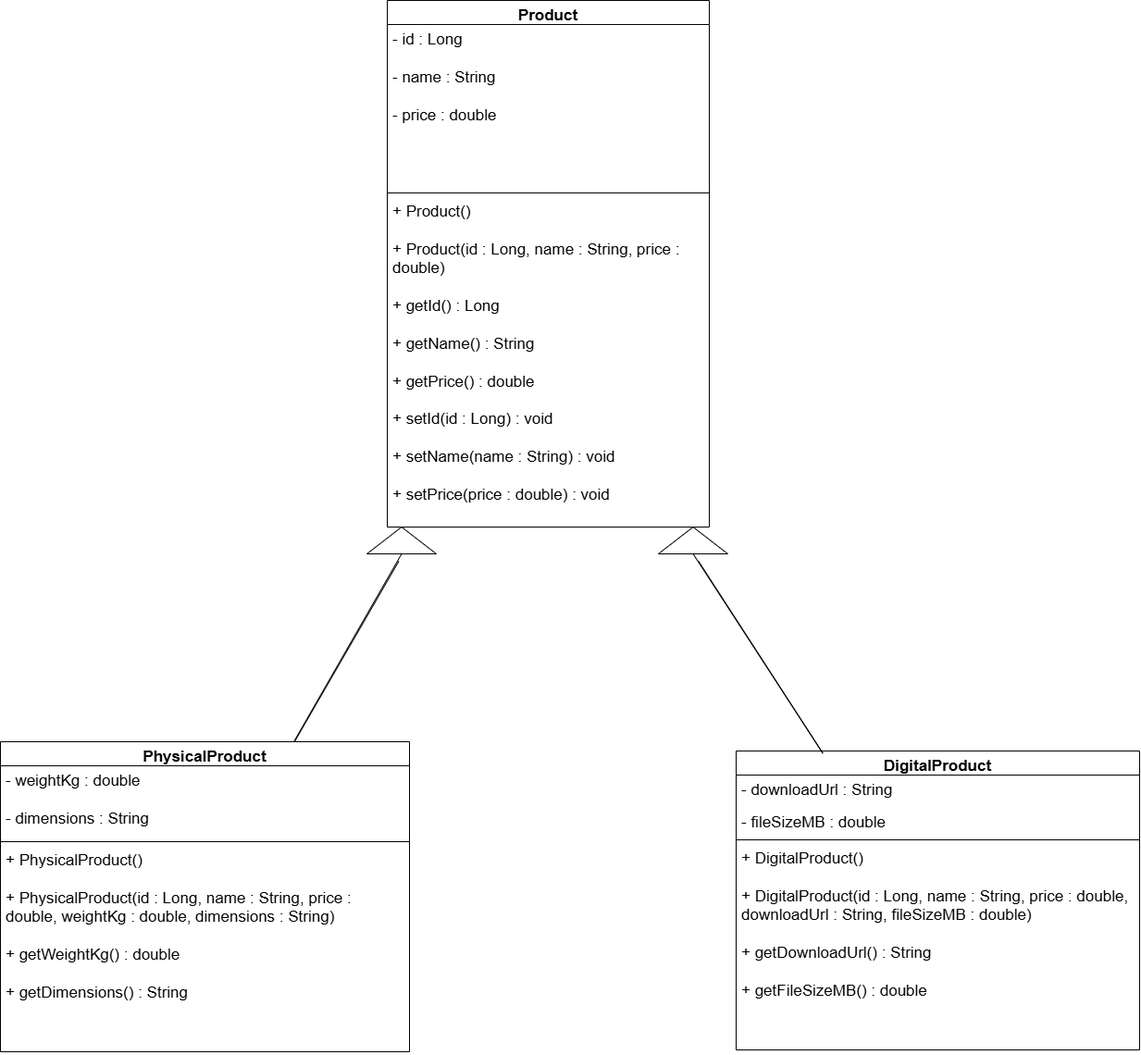
Earlier version of the draw.io export docs/uml/product-hierarchy.png (its-arshad90/products-api). Source tidied: cells renumbered, new cells last; positions are measured from the earlier drawing's top-left corner, leaving out a move shared by most shapes.
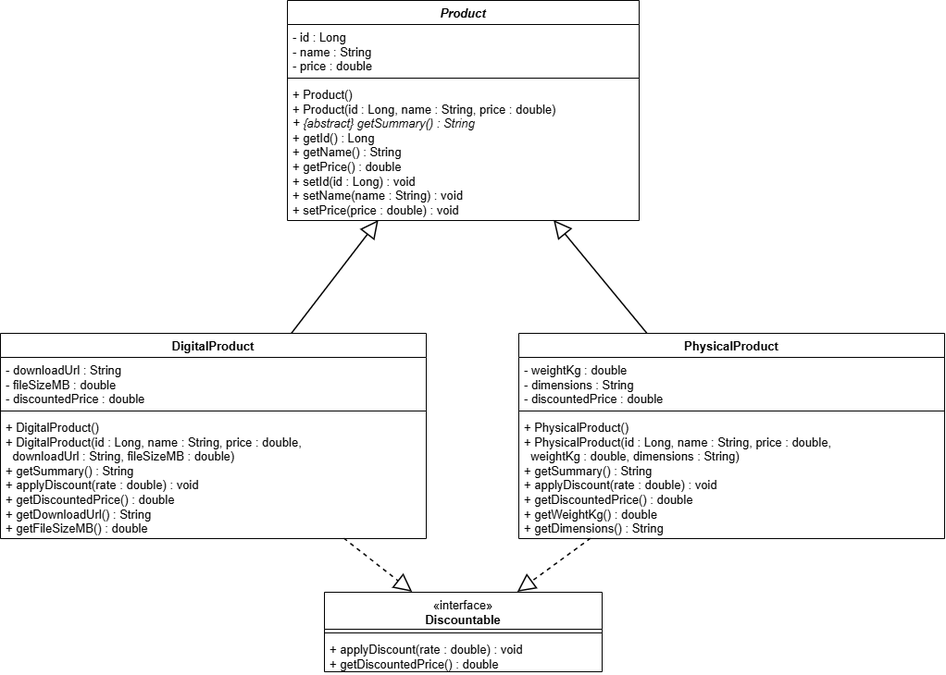
Later version of the same file.

Commit message:
Tutorial 5: polymorphism — getSummary override and Discountable interface

The edit, as a diff of the source:
```diff
@@ -1,64 +1,63 @@
-<mxGraphModel background="light-dark(#ffffff, #121212)">
+<mxGraphModel background="#ffffff">
   <root>
     <mxCell id="0" />
     <mxCell id="1" parent="0" />
-    <mxCell id="2" value="&lt;font style=&quot;font-size: 17px;&quot;&gt;Product&lt;/font&gt;" style="swimlane;fontStyle=1;align=center;verticalAlign=top;horizontal=1;startSize=26;whiteSpace=wrap;html=1;strokeWidth=1;" parent="1" vertex="1">
-      <mxGeometry x="418" width="348" height="569" as="geometry" />
+    <mxCell id="2" value="&lt;b&gt;&lt;i&gt;Product&lt;/i&gt;&lt;/b&gt;" style="swimlane;fontStyle=0;align=center;verticalAlign=top;horizontal=1;startSize=26;whiteSpace=wrap;html=1;fillColor=#ffffff;strokeColor=#000000;fontColor=#000000;fontSize=13;" parent="1" vertex="1">
+      <mxGeometry x="430" y="1652" width="380" height="238" as="geometry" />
     </mxCell>
-    <mxCell id="3" value="&lt;font style=&quot;font-size: 17px;&quot;&gt;- id : Long&lt;/font&gt;&lt;div&gt;&lt;span style=&quot;font-size: 17px;&quot;&gt;&lt;br&gt;&lt;/span&gt;&lt;div&gt;&lt;font style=&quot;font-size: 17px;&quot;&gt;- name : String&lt;/font&gt;&lt;/div&gt;&lt;div&gt;&lt;font style=&quot;font-size: 17px;&quot;&gt;&lt;br&gt;&lt;/font&gt;&lt;/div&gt;&lt;div&gt;&lt;font style=&quot;font-size: 17px;&quot;&gt;- price : double&lt;/font&gt;&lt;/div&gt;&lt;/div&gt;&lt;div&gt;&lt;font style=&quot;font-size: 17px;&quot;&gt;&lt;br&gt;&lt;/font&gt;&lt;/div&gt;&lt;div&gt;&lt;br&gt;&lt;/div&gt;" style="text;strokeColor=none;fillColor=none;align=left;verticalAlign=top;spacingLeft=4;spacingRight=4;overflow=hidden;whiteSpace=wrap;html=1;" parent="2" vertex="1">
-      <mxGeometry y="26" width="348" height="178" as="geometry" />
+    <mxCell id="3" value="- id : Long&lt;br&gt;- name : String&lt;br&gt;- price : double" style="text;strokeColor=none;fillColor=none;align=left;verticalAlign=top;spacingLeft=4;spacingRight=4;overflow=hidden;whiteSpace=wrap;html=1;fontSize=13;fontColor=#000000;" parent="2" vertex="1">
+      <mxGeometry y="26" width="380" height="54" as="geometry" />
     </mxCell>
-    <mxCell id="4" style="line;strokeWidth=1;fillColor=none;align=left;verticalAlign=middle;spacingTop=-1;spacingLeft=3;spacingRight=3;labelPosition=right;strokeColor=inherit;" parent="2" vertex="1">
-      <mxGeometry y="204" width="348" height="8" as="geometry" />
-    </mxCell>
-    <mxCell id="5" value="&lt;font style=&quot;font-size: 17px;&quot;&gt;+ Product()&lt;/font&gt;&lt;div&gt;&lt;font style=&quot;font-size: 17px;&quot;&gt;&lt;br&gt;&lt;/font&gt;&lt;div&gt;&lt;font style=&quot;font-size: 17px;&quot;&gt;+ Product(id : Long, name : String, price : double)&lt;/font&gt;&lt;/div&gt;&lt;div&gt;&lt;font style=&quot;font-size: 17px;&quot;&gt;&lt;br&gt;&lt;/font&gt;&lt;/div&gt;&lt;div&gt;&lt;font style=&quot;font-size: 17px;&quot;&gt;+ getId() : Long&lt;/font&gt;&lt;/div&gt;&lt;div&gt;&lt;font style=&quot;font-size: 17px;&quot;&gt;&lt;br&gt;&lt;/font&gt;&lt;/div&gt;&lt;div&gt;&lt;font style=&quot;font-size: 17px;&quot;&gt;+ getName() : String&lt;/font&gt;&lt;/div&gt;&lt;div&gt;&lt;font style=&quot;font-size: 17px;&quot;&gt;&lt;br&gt;&lt;/font&gt;&lt;/div&gt;&lt;div&gt;&lt;font style=&quot;font-size: 17px;&quot;&gt;+ getPrice() : double&lt;/font&gt;&lt;/div&gt;&lt;/div&gt;&lt;div&gt;&lt;font style=&quot;font-size: 17px;&quot;&gt;&lt;br&gt;&lt;/font&gt;&lt;/div&gt;&lt;div&gt;&lt;font style=&quot;font-size: 17px;&quot;&gt;+ setId(id : Long) : void&lt;/font&gt;&lt;/div&gt;&lt;div&gt;&lt;font style=&quot;font-size: 17px;&quot;&gt;&lt;br&gt;&lt;/font&gt;&lt;/div&gt;&lt;div&gt;&lt;font style=&quot;font-size: 17px;&quot;&gt;+ setName(name : String) : void&lt;/font&gt;&lt;/div&gt;&lt;div&gt;&lt;font style=&quot;font-size: 17px;&quot;&gt;&lt;br&gt;&lt;/font&gt;&lt;/div&gt;&lt;div&gt;&lt;font style=&quot;font-size: 17px;&quot;&gt;+ setPrice(price : double) : void&lt;/font&gt;&lt;/div&gt;&lt;div&gt;&lt;font style=&quot;font-size: 17px;&quot;&gt;&lt;br&gt;&lt;/font&gt;&lt;/div&gt;&lt;div&gt;&lt;font style=&quot;font-size: 17px;&quot;&gt;&lt;br&gt;&lt;/font&gt;&lt;/div&gt;" style="text;strokeColor=none;fillColor=none;align=left;verticalAlign=top;spacingLeft=4;spacingRight=4;overflow=hidden;whiteSpace=wrap;html=1;" parent="2" vertex="1">
-      <mxGeometry y="212" width="348" height="357" as="geometry" />
-    </mxCell>
+    <mxCell id="20" style="line;strokeWidth=1;fillColor=none;align=left;verticalAlign=middle;spacingTop=-1;spacingLeft=3;spacingRight=3;labelPosition=right;strokeColor=#000000;fontSize=13;" parent="2" vertex="1">
+      <mxGeometry y="80" width="380" height="8" as="geometry" />
+    </mxCell>
+    <mxCell id="21" value="+ Product()&lt;br&gt;+ Product(id : Long, name : String, price : double)&lt;br&gt;&lt;i&gt;+ {abstract} getSummary() : String&lt;/i&gt;&lt;br&gt;+ getId() : Long&lt;br&gt;+ getName() : String&lt;br&gt;+ getPrice() : double&lt;br&gt;+ setId(id : Long) : void&lt;br&gt;+ setName(name : String) : void&lt;br&gt;+ setPrice(price : double) : void" style="text;strokeColor=none;fillColor=none;align=left;verticalAlign=top;spacingLeft=4;spacingRight=4;overflow=hidden;whiteSpace=wrap;html=1;fontSize=13;fontColor=#000000;" parent="2" vertex="1">
+      <mxGeometry y="88" width="380" height="150" as="geometry" />
+    </mxCell>
-    <mxCell id="6" value="&lt;font style=&quot;font-size: 17px;&quot;&gt;DigitalProduct&lt;/font&gt;" style="swimlane;fontStyle=1;align=center;verticalAlign=top;horizontal=1;startSize=26;whiteSpace=wrap;html=1;" parent="1" vertex="1">
-      <mxGeometry x="795" y="811" width="436" height="323" as="geometry" />
+    <mxCell id="6" value="&lt;b&gt;DigitalProduct&lt;/b&gt;" style="swimlane;fontStyle=0;align=center;verticalAlign=top;horizontal=1;startSize=26;whiteSpace=wrap;html=1;fillColor=#ffffff;strokeColor=#000000;fontColor=#000000;fontSize=13;" parent="1" vertex="1">
+      <mxGeometry x="120" y="2012" width="460" height="222" as="geometry" />
     </mxCell>
-    <mxCell id="7" value="&lt;font style=&quot;font-size: 17px;&quot;&gt;- downloadUrl : String&lt;/font&gt;&lt;div&gt;&lt;br&gt;&lt;div&gt;&lt;font style=&quot;font-size: 17px;&quot;&gt;- fileSizeMB : double&lt;/font&gt;&lt;/div&gt;&lt;/div&gt;" style="text;strokeColor=none;fillColor=none;align=left;verticalAlign=top;spacingLeft=4;spacingRight=4;overflow=hidden;whiteSpace=wrap;html=1;" parent="6" vertex="1">
-      <mxGeometry y="26" width="436" height="66" as="geometry" />
-    </mxCell>
-    <mxCell id="8" style="line;strokeWidth=1;fillColor=none;align=left;verticalAlign=middle;spacingTop=-1;spacingLeft=3;spacingRight=3;labelPosition=right;strokeColor=inherit;labelPerimeter=1;" parent="6" vertex="1">
-      <mxGeometry y="92" width="436" height="8" as="geometry" />
-    </mxCell>
-    <mxCell id="9" value="&lt;font style=&quot;font-size: 17px;&quot;&gt; + DigitalProduct()&lt;/font&gt;&lt;div&gt;&lt;font style=&quot;font-size: 17px;&quot;&gt;&lt;br&gt;&lt;/font&gt;&lt;div&gt;&lt;font style=&quot;font-size: 17px;&quot;&gt;+ DigitalProduct(id : Long, name : String, price : double, downloadUrl : String, fileSizeMB : double)&lt;/font&gt;&lt;/div&gt;&lt;div&gt;&lt;font style=&quot;font-size: 17px;&quot;&gt;&lt;br&gt;&lt;/font&gt;&lt;div&gt;&lt;font style=&quot;font-size: 17px;&quot;&gt;+ getDownloadUrl() : String&lt;/font&gt;&lt;/div&gt;&lt;div&gt;&lt;font style=&quot;font-size: 17px;&quot;&gt;&lt;br&gt;&lt;/font&gt;&lt;/div&gt;&lt;div&gt;&lt;font style=&quot;font-size: 17px;&quot;&gt;+ getFileSizeMB() : double&lt;/font&gt;&lt;/div&gt;&lt;/div&gt;&lt;/div&gt;" style="text;strokeColor=none;fillColor=none;align=left;verticalAlign=top;spacingLeft=4;spacingRight=4;overflow=hidden;whiteSpace=wrap;html=1;" parent="6" vertex="1">
-      <mxGeometry y="100" width="436" height="223" as="geometry" />
-    </mxCell>
+    <mxCell id="22" value="- downloadUrl : String&lt;br&gt;- fileSizeMB : double&lt;br&gt;- discountedPrice : double" style="text;strokeColor=none;fillColor=none;align=left;verticalAlign=top;spacingLeft=4;spacingRight=4;overflow=hidden;whiteSpace=wrap;html=1;fontSize=13;fontColor=#000000;" parent="6" vertex="1">
+      <mxGeometry y="26" width="460" height="54" as="geometry" />
+    </mxCell>
+    <mxCell id="23" style="line;strokeWidth=1;fillColor=none;align=left;verticalAlign=middle;spacingTop=-1;spacingLeft=3;spacingRight=3;labelPosition=right;strokeColor=#000000;fontSize=13;" parent="6" vertex="1">
+      <mxGeometry y="80" width="460" height="8" as="geometry" />
+    </mxCell>
+    <mxCell id="24" value="+ DigitalProduct()&lt;br&gt;+ DigitalProduct(id : Long, name : String, price : double,&lt;br&gt;&amp;nbsp;&amp;nbsp;downloadUrl : String, fileSizeMB : double)&lt;br&gt;+ getSummary() : String&lt;br&gt;+ applyDiscount(rate : double) : void&lt;br&gt;+ getDiscountedPrice() : double&lt;br&gt;+ getDownloadUrl() : String&lt;br&gt;+ getFileSizeMB() : double" style="text;strokeColor=none;fillColor=none;align=left;verticalAlign=top;spacingLeft=4;spacingRight=4;overflow=hidden;whiteSpace=wrap;html=1;fontSize=13;fontColor=#000000;" parent="6" vertex="1">
+      <mxGeometry y="88" width="460" height="134" as="geometry" />
+    </mxCell>
-    <mxCell id="10" value="&lt;font style=&quot;font-size: 17px;&quot;&gt;PhysicalProduct&lt;/font&gt;" style="swimlane;fontStyle=1;align=center;verticalAlign=top;horizontal=1;startSize=26;whiteSpace=wrap;html=1;" parent="1" vertex="1">
-      <mxGeometry y="801" width="442" height="335" as="geometry" />
+    <mxCell id="10" value="&lt;b&gt;PhysicalProduct&lt;/b&gt;" style="swimlane;fontStyle=0;align=center;verticalAlign=top;horizontal=1;startSize=26;whiteSpace=wrap;html=1;fillColor=#ffffff;strokeColor=#000000;fontColor=#000000;fontSize=13;" parent="1" vertex="1">
+      <mxGeometry x="680" y="2012" width="460" height="222" as="geometry" />
     </mxCell>
-    <mxCell id="11" value="&lt;div&gt;&lt;font style=&quot;font-size: 17px;&quot;&gt;- weightKg : double&lt;/font&gt;&lt;/div&gt;&lt;div&gt;&lt;span style=&quot;font-size: 17px; background-color: transparent; color: light-dark(#000000, var(--ge-light-color, #ffffff));&quot;&gt;&amp;nbsp;&lt;/span&gt;&lt;span style=&quot;font-size: 17px; background-color: transparent; color: light-dark(#000000, var(--ge-light-color, #ffffff));&quot;&gt;&amp;nbsp;&lt;/span&gt;&lt;/div&gt;&lt;div&gt;&lt;span style=&quot;background-color: transparent; color: light-dark(#000000, var(--ge-light-color, #ffffff));&quot;&gt;&lt;font style=&quot;font-size: 17px;&quot;&gt;- dimensions : String&lt;/font&gt;&lt;/span&gt;&lt;/div&gt;&lt;div&gt;&lt;br&gt;&lt;/div&gt;" style="text;strokeColor=none;fillColor=none;align=left;verticalAlign=top;spacingLeft=4;spacingRight=4;overflow=hidden;whiteSpace=wrap;html=1;" parent="10" vertex="1">
-      <mxGeometry y="26" width="442" height="78" as="geometry" />
-    </mxCell>
-    <mxCell id="12" style="line;strokeWidth=1;fillColor=none;align=left;verticalAlign=middle;spacingTop=-1;spacingLeft=3;spacingRight=3;labelPosition=right;strokeColor=inherit;labelPerimeter=1;" parent="10" vertex="1">
-      <mxGeometry y="104" width="442" height="8" as="geometry" />
-    </mxCell>
-    <mxCell id="13" value="&lt;font style=&quot;font-size: 17px;&quot;&gt;+ PhysicalProduct()&amp;nbsp;&lt;/font&gt;&lt;div&gt;&lt;font style=&quot;font-size: 17px;&quot;&gt;&lt;br&gt;&lt;/font&gt;&lt;div&gt;&lt;font style=&quot;font-size: 17px;&quot;&gt;+ PhysicalProduct(id : Long, name : String, price : double, weightKg : double, dimensions : String)&amp;nbsp;&lt;/font&gt;&lt;/div&gt;&lt;div&gt;&lt;font style=&quot;font-size: 17px;&quot;&gt;&lt;br&gt;&lt;/font&gt;&lt;/div&gt;&lt;div&gt;&lt;font style=&quot;font-size: 17px;&quot;&gt;+ getWeightKg() : double&amp;nbsp;&lt;/font&gt;&lt;/div&gt;&lt;div&gt;&lt;font style=&quot;font-size: 17px;&quot;&gt;&lt;br&gt;&lt;/font&gt;&lt;/div&gt;&lt;div&gt;&lt;font style=&quot;font-size: 17px;&quot;&gt;+ getDimensions() : String&lt;/font&gt;&lt;/div&gt;&lt;/div&gt;" style="text;strokeColor=none;fillColor=none;align=left;verticalAlign=top;spacingLeft=4;spacingRight=4;overflow=hidden;whiteSpace=wrap;html=1;" parent="10" vertex="1">
-      <mxGeometry y="112" width="442" height="223" as="geometry" />
-    </mxCell>
-    <mxCell id="14" style="verticalLabelPosition=bottom;verticalAlign=top;html=1;shape=mxgraph.basic.acute_triangle;dx=0.5;labelPerimeter=1;" parent="1" vertex="1">
-      <mxGeometry x="711" y="569" width="75" height="29" as="geometry" />
-    </mxCell>
-    <mxCell id="15" style="verticalLabelPosition=bottom;verticalAlign=top;html=1;shape=mxgraph.basic.acute_triangle;dx=0.5;labelPerimeter=1;" parent="1" vertex="1">
-      <mxGeometry x="396" y="569" width="75" height="29" as="geometry" />
-    </mxCell>
-    <mxCell id="16" style="endArrow=none;html=1;rounded=0;defaultLabelBackgroundColor=page;" parent="1" edge="1" source="10">
-      <mxGeometry relative="1" as="geometry">
-        <mxPoint x="430.4" y="606" as="targetPoint" />
-      </mxGeometry>
-    </mxCell>
-    <mxCell id="17" style="endArrow=none;html=1;rounded=0;defaultLabelBackgroundColor=page;exitX=0.215;exitY=0.008;exitDx=0;exitDy=0;exitPerimeter=0;" parent="1" edge="1" source="6">
-      <mxGeometry relative="1" as="geometry">
-        <mxPoint x="754.4" y="606" as="targetPoint" />
-      </mxGeometry>
-    </mxCell>
-    <mxCell id="18" style="endArrow=none;html=1;rounded=0;defaultLabelBackgroundColor=page;entryX=0.5;entryY=1;entryDx=0;entryDy=0;entryPerimeter=0;" parent="1" edge="1" source="10" target="15">
-      <mxGeometry relative="1" as="geometry" />
-    </mxCell>
-    <mxCell id="19" style="endArrow=none;html=1;rounded=0;defaultLabelBackgroundColor=page;exitX=0.215;exitY=0.008;exitDx=0;exitDy=0;exitPerimeter=0;entryX=0.5;entryY=1;entryDx=0;entryDy=0;entryPerimeter=0;" parent="1" edge="1" source="6" target="14">
-      <mxGeometry relative="1" as="geometry" />
-    </mxCell>
+    <mxCell id="25" value="- weightKg : double&lt;br&gt;- dimensions : String&lt;br&gt;- discountedPrice : double" style="text;strokeColor=none;fillColor=none;align=left;verticalAlign=top;spacingLeft=4;spacingRight=4;overflow=hidden;whiteSpace=wrap;html=1;fontSize=13;fontColor=#000000;" parent="10" vertex="1">
+      <mxGeometry y="26" width="460" height="54" as="geometry" />
+    </mxCell>
+    <mxCell id="26" style="line;strokeWidth=1;fillColor=none;align=left;verticalAlign=middle;spacingTop=-1;spacingLeft=3;spacingRight=3;labelPosition=right;strokeColor=#000000;fontSize=13;" parent="10" vertex="1">
+      <mxGeometry y="80" width="460" height="8" as="geometry" />
+    </mxCell>
+    <mxCell id="27" value="+ PhysicalProduct()&lt;br&gt;+ PhysicalProduct(id : Long, name : String, price : double,&lt;br&gt;&amp;nbsp;&amp;nbsp;weightKg : double, dimensions : String)&lt;br&gt;+ getSummary() : String&lt;br&gt;+ applyDiscount(rate : double) : void&lt;br&gt;+ getDiscountedPrice() : double&lt;br&gt;+ getWeightKg() : double&lt;br&gt;+ getDimensions() : String" style="text;strokeColor=none;fillColor=none;align=left;verticalAlign=top;spacingLeft=4;spacingRight=4;overflow=hidden;whiteSpace=wrap;html=1;fontSize=13;fontColor=#000000;" parent="10" vertex="1">
+      <mxGeometry y="88" width="460" height="134" as="geometry" />
+    </mxCell>
+    <mxCell id="28" value="«interface»&lt;br&gt;&lt;b&gt;Discountable&lt;/b&gt;" style="swimlane;fontStyle=0;align=center;verticalAlign=top;horizontal=1;startSize=40;whiteSpace=wrap;html=1;fillColor=#ffffff;strokeColor=#000000;fontColor=#000000;fontSize=13;" parent="1" vertex="1">
+      <mxGeometry x="470" y="2292" width="300" height="86" as="geometry" />
+    </mxCell>
+    <mxCell id="29" style="line;strokeWidth=1;fillColor=none;align=left;verticalAlign=middle;spacingTop=-1;spacingLeft=3;spacingRight=3;labelPosition=right;strokeColor=#000000;fontSize=13;" parent="28" vertex="1">
+      <mxGeometry y="40" width="300" height="8" as="geometry" />
+    </mxCell>
+    <mxCell id="30" value="+ applyDiscount(rate : double) : void&lt;br&gt;+ getDiscountedPrice() : double" style="text;strokeColor=none;fillColor=none;align=left;verticalAlign=top;spacingLeft=4;spacingRight=4;overflow=hidden;whiteSpace=wrap;html=1;fontSize=13;fontColor=#000000;" parent="28" vertex="1">
+      <mxGeometry y="48" width="300" height="38" as="geometry" />
+    </mxCell>
+    <mxCell id="31" style="endArrow=block;endFill=0;endSize=16;html=1;rounded=0;strokeColor=#000000;strokeWidth=1.5;fontSize=13;" parent="1" edge="1" source="6" target="2">
+      <mxGeometry relative="1" as="geometry" />
+    </mxCell>
+    <mxCell id="32" style="endArrow=block;endFill=0;endSize=16;html=1;rounded=0;strokeColor=#000000;strokeWidth=1.5;fontSize=13;" parent="1" edge="1" source="10" target="2">
+      <mxGeometry relative="1" as="geometry" />
+    </mxCell>
+    <mxCell id="33" style="endArrow=block;endFill=0;endSize=16;dashed=1;html=1;rounded=0;strokeColor=#000000;strokeWidth=1.5;fontSize=13;" parent="1" edge="1" source="6" target="28">
+      <mxGeometry relative="1" as="geometry" />
+    </mxCell>
+    <mxCell id="34" style="endArrow=block;endFill=0;endSize=16;dashed=1;html=1;rounded=0;strokeColor=#000000;strokeWidth=1.5;fontSize=13;" parent="1" edge="1" source="10" target="28">
+      <mxGeometry relative="1" as="geometry" />
+    </mxCell>
   </root>
 </mxGraphModel>
```
